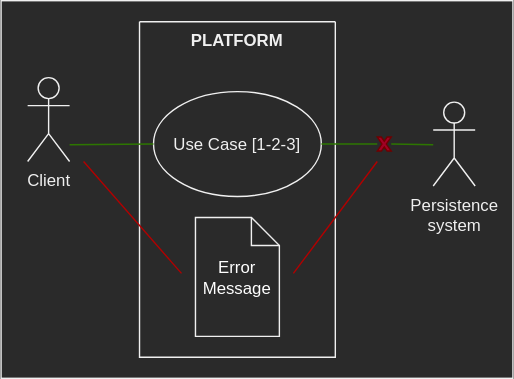
omismone/strapizzami keeps this draw.io diagram as doc/assets/useCasesCiclo1.svg. Above is the earlier version. Source tidied: cells renumbered, new cells last; positions are measured from the earlier drawing's top-left corner, leaving out a move shared by most shapes.
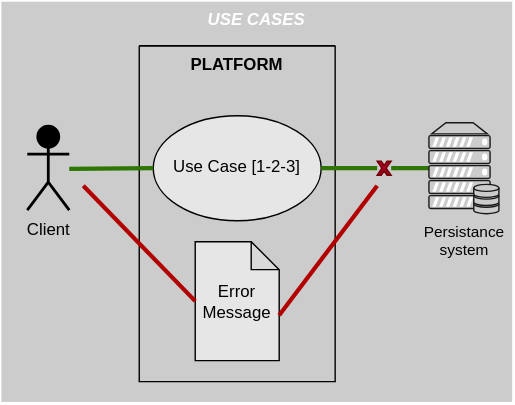
After the change.

Diff of the diagram source:
```diff
@@ -2,51 +2,47 @@
   <root>
     <mxCell id="0" />
     <mxCell id="1" parent="0" />
-    <mxCell id="2" style="rounded=0;whiteSpace=wrap;html=1;fontColor=#FFFFFF;strokeWidth=1;" parent="1" vertex="1">
-      <mxGeometry width="366" height="270" as="geometry" />
+    <mxCell id="2" value="USE CASES" style="rounded=0;whiteSpace=wrap;html=1;fontColor=#FFFFFF;strokeWidth=1;fillColor=#CCCCCC;strokeColor=#FFFFFF;verticalAlign=top;fontStyle=3;" parent="1" vertex="1">
+      <mxGeometry y="-17" width="366" height="287" as="geometry" />
     </mxCell>
-    <mxCell id="3" value="Client" style="shape=umlActor;verticalLabelPosition=bottom;verticalAlign=top;html=1;" parent="1" vertex="1">
-      <mxGeometry x="19" y="55" width="30" height="60" as="geometry" />
+    <mxCell id="3" value="Client" style="shape=umlActor;verticalLabelPosition=bottom;verticalAlign=top;html=1;fillColor=#000000;strokeWidth=2;" parent="1" vertex="1">
+      <mxGeometry x="19" y="72.5" width="30" height="60" as="geometry" />
     </mxCell>
     <mxCell id="4" value="PLATFORM" style="swimlane;startSize=0;verticalAlign=top;" parent="1" vertex="1">
       <mxGeometry x="99" y="15" width="140" height="240" as="geometry" />
     </mxCell>
-    <mxCell id="5" value="Use Case [1-2-3]" style="ellipse;whiteSpace=wrap;html=1;" parent="4" vertex="1">
+    <mxCell id="5" value="Use Case [1-2-3]" style="ellipse;whiteSpace=wrap;html=1;fillColor=#E6E6E6;" parent="4" vertex="1">
       <mxGeometry x="10" y="50" width="120" height="75" as="geometry" />
     </mxCell>
-    <mxCell id="6" value="&lt;font&gt;Error Message&lt;/font&gt;" style="shape=note;whiteSpace=wrap;html=1;backgroundOutline=1;darkOpacity=0.05;fontColor=#FFFFFF;size=20;" parent="4" vertex="1">
+    <mxCell id="6" value="&lt;font&gt;Error Message&lt;/font&gt;" style="shape=note;whiteSpace=wrap;html=1;backgroundOutline=1;darkOpacity=0.05;fontColor=#000000;size=20;fillColor=#E6E6E6;" parent="4" vertex="1">
       <mxGeometry x="40" y="140" width="60" height="85" as="geometry" />
     </mxCell>
-    <mxCell id="7" value="Persistence &lt;br&gt;system" style="shape=umlActor;verticalLabelPosition=bottom;verticalAlign=top;html=1;" parent="1" vertex="1">
-      <mxGeometry x="309" y="72.5" width="30" height="60" as="geometry" />
-    </mxCell>
-    <mxCell id="8" style="endArrow=none;html=1;rounded=0;entryX=0;entryY=0.5;entryDx=0;entryDy=0;fontColor=#006600;fillColor=#60a917;strokeColor=#2D7600;" parent="1" edge="1" target="5">
+    <mxCell id="8" style="endArrow=none;html=1;rounded=0;entryX=0;entryY=0.5;entryDx=0;entryDy=0;fontColor=#006600;fillColor=#60a917;strokeColor=#2D7600;strokeWidth=3;" parent="1" edge="1" target="5">
       <mxGeometry relative="1" as="geometry">
         <mxPoint x="49" y="103" as="sourcePoint" />
       </mxGeometry>
     </mxCell>
-    <mxCell id="9" style="endArrow=none;html=1;rounded=0;exitX=1;exitY=0.5;exitDx=0;exitDy=0;fillColor=#60a917;strokeColor=#2D7600;startArrow=none;" parent="1" edge="1" source="12">
-      <mxGeometry relative="1" as="geometry">
-        <mxPoint x="309" y="103" as="targetPoint" />
-      </mxGeometry>
+    <mxCell id="9" style="endArrow=none;html=1;rounded=0;exitX=1;exitY=0.5;exitDx=0;exitDy=0;fillColor=#60a917;strokeColor=#2D7600;startArrow=none;strokeWidth=3;entryX=0;entryY=0.5;entryDx=0;entryDy=0;entryPerimeter=0;" parent="1" edge="1" source="12" target="14">
+      <mxGeometry relative="1" as="geometry" />
     </mxCell>
-    <mxCell id="10" style="endArrow=none;html=1;rounded=0;fontColor=#006600;fillColor=#e51400;strokeColor=#B20000;" parent="1" edge="1">
+    <mxCell id="10" style="endArrow=none;html=1;rounded=0;fontColor=#006600;fillColor=#e51400;strokeColor=#B20000;strokeWidth=3;entryX=0;entryY=0;entryDx=60;entryDy=52.5;entryPerimeter=0;" parent="1" edge="1" target="6">
       <mxGeometry relative="1" as="geometry">
         <mxPoint x="269" y="115" as="sourcePoint" />
-        <mxPoint x="209" y="195" as="targetPoint" />
       </mxGeometry>
     </mxCell>
-    <mxCell id="11" style="endArrow=none;html=1;rounded=0;fontColor=#660000;fillColor=#e51400;strokeColor=#B20000;" parent="1" edge="1">
+    <mxCell id="11" style="endArrow=none;html=1;rounded=0;fontColor=#660000;fillColor=#e51400;strokeColor=#B20000;strokeWidth=3;exitX=0;exitY=0.5;exitDx=0;exitDy=0;exitPerimeter=0;" parent="1" edge="1" source="6">
       <mxGeometry relative="1" as="geometry">
-        <mxPoint x="129" y="195" as="sourcePoint" />
         <mxPoint x="59" y="115" as="targetPoint" />
       </mxGeometry>
     </mxCell>
     <mxCell id="12" style="verticalLabelPosition=bottom;verticalAlign=top;html=1;shape=mxgraph.basic.x;fillColor=#a20025;fontColor=#ffffff;strokeColor=#6F0000;" parent="1" vertex="1">
       <mxGeometry x="269" y="97.5" width="10" height="10" as="geometry" />
     </mxCell>
-    <mxCell id="13" style="endArrow=none;html=1;rounded=0;exitX=1;exitY=0.5;exitDx=0;exitDy=0;fillColor=#60a917;strokeColor=#2D7600;" parent="1" edge="1" source="5" target="12">
+    <mxCell id="13" style="endArrow=none;html=1;rounded=0;exitX=1;exitY=0.5;exitDx=0;exitDy=0;fillColor=#60a917;strokeColor=#2D7600;strokeWidth=3;" parent="1" edge="1" source="5" target="12">
       <mxGeometry relative="1" as="geometry" />
     </mxCell>
+    <mxCell id="14" value="Persistance &lt;br&gt;system" style="fontColor=#000000;verticalAlign=top;verticalLabelPosition=bottom;labelPosition=center;align=center;html=1;outlineConnect=0;fillColor=#CCCCCC;strokeColor=#1A1A1A;gradientColor=none;gradientDirection=north;strokeWidth=2;shape=mxgraph.networks.server_storage;labelBackgroundColor=none;labelBorderColor=none;fontSize=11;" parent="1" vertex="1">
+      <mxGeometry x="306" y="70" width="50" height="65" as="geometry" />
+    </mxCell>
   </root>
 </mxGraphModel>
```
